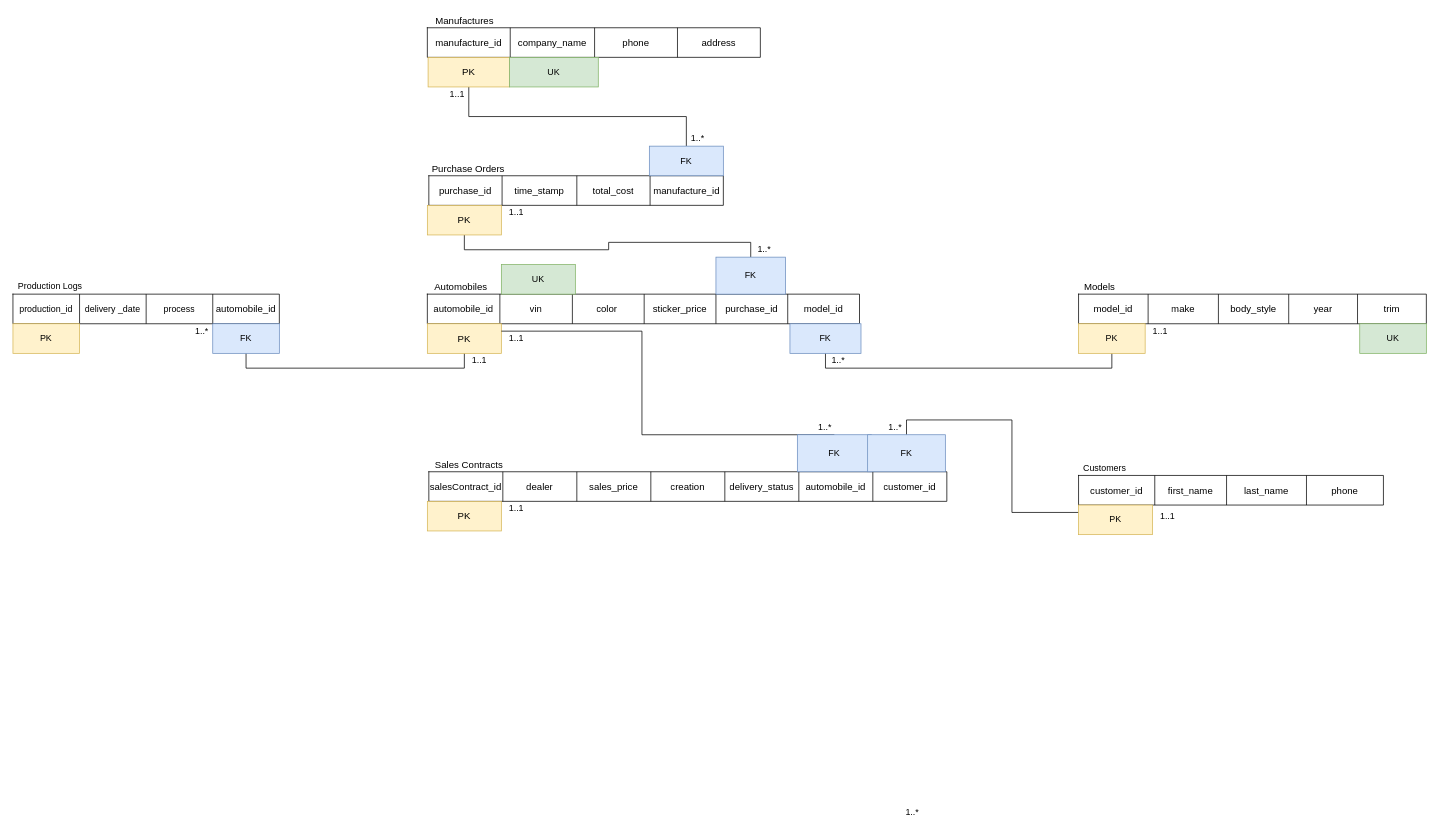
Above: Untitled Diagram.drawio in AnthraciteData/CECS-323- (draw.io), before the change. Source tidied: cells renumbered, new cells numbered last; positions are measured from the earlier drawing's top-left corner, leaving out a move shared by most shapes. Both pictures are drawn from the tidied source at 74%, with x=0, y=0 at pixel (13, 13).
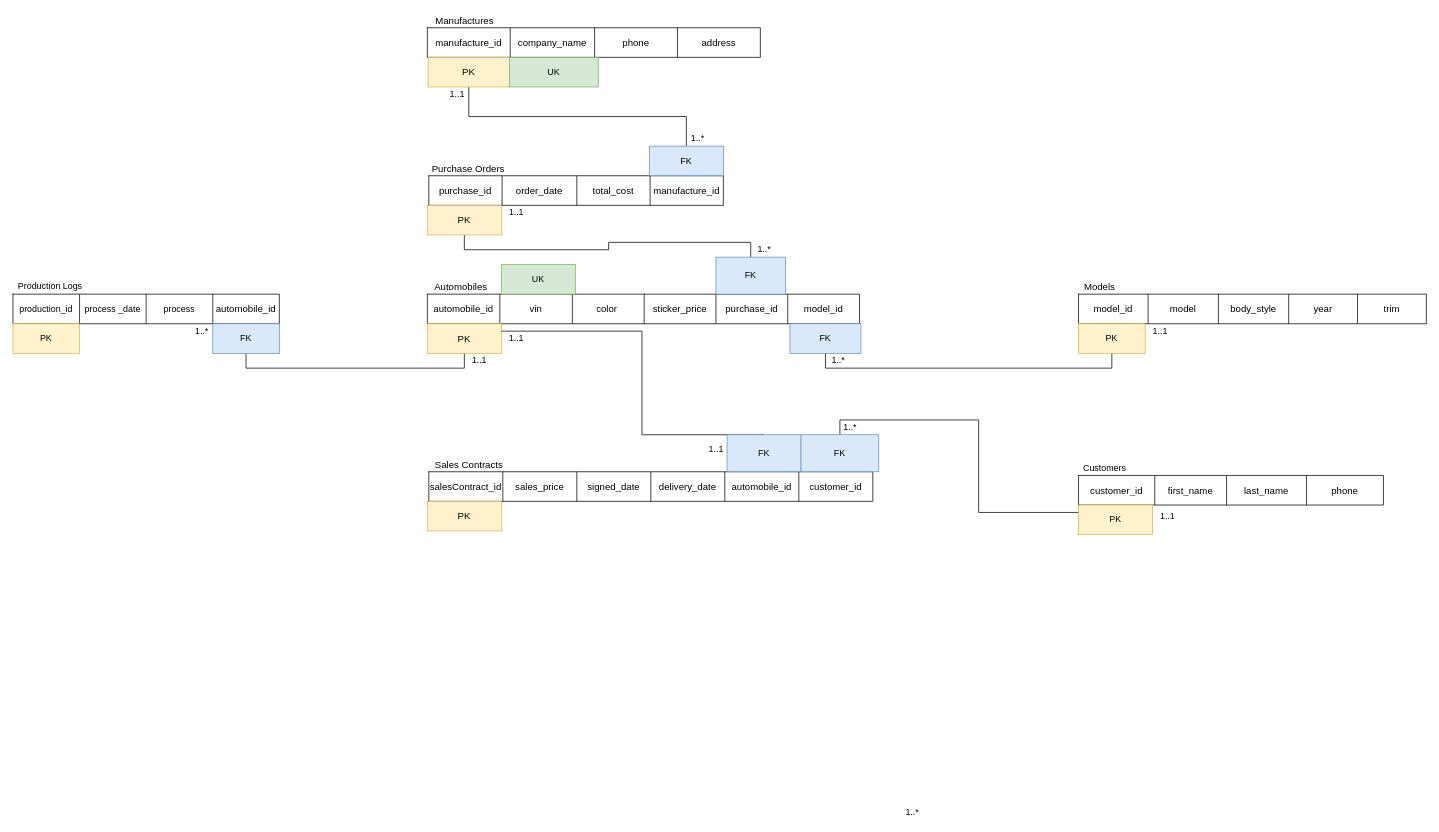
Above is the later version.

The change refers to these unchanged cells:
```xml
<mxCell id="3" style="shape=tableRow;horizontal=0;startSize=0;swimlaneHead=0;swimlaneBody=0;top=0;left=0;bottom=0;right=0;fillColor=none;fontSize=13;" parent="2" vertex="1">
  <mxGeometry width="470" height="40" as="geometry" />
</mxCell>
<mxCell id="22" style="shape=tableRow;horizontal=0;startSize=0;swimlaneHead=0;swimlaneBody=0;top=0;left=0;bottom=0;right=0;fillColor=none;fontSize=13;" parent="21" vertex="1">
  <mxGeometry width="398" height="40" as="geometry" />
</mxCell>
<mxCell id="68" style="shape=tableRow;horizontal=0;startSize=0;swimlaneHead=0;swimlaneBody=0;top=0;left=0;bottom=0;right=0;fillColor=none;" parent="67" vertex="1">
  <mxGeometry width="360" height="40" as="geometry" />
</mxCell>
```

Diff of the diagram source:
```diff
@@
-    <mxCell id="5" value="make" style="shape=partialRectangle;html=1;whiteSpace=wrap;fillColor=none;top=0;left=0;bottom=0;right=0;overflow=hidden;fontSize=13;" parent="3" vertex="1">
+    <mxCell id="5" value="model" style="shape=partialRectangle;html=1;whiteSpace=wrap;fillColor=none;top=0;left=0;bottom=0;right=0;overflow=hidden;fontSize=13;" parent="3" vertex="1">
       <mxGeometry x="94" width="95" height="40" as="geometry" />
     </mxCell>
@@
-    <mxCell id="24" value="time_stamp" style="shape=partialRectangle;html=1;whiteSpace=wrap;fillColor=none;top=0;left=0;bottom=0;right=0;overflow=hidden;fontSize=13;" parent="22" vertex="1">
+    <mxCell id="24" value="order_date" style="shape=partialRectangle;html=1;whiteSpace=wrap;fillColor=none;top=0;left=0;bottom=0;right=0;overflow=hidden;fontSize=13;" parent="22" vertex="1">
       <mxGeometry x="99" width="101" height="40" as="geometry" />
     </mxCell>
@@
     <mxCell id="39" style="shape=table;html=1;whiteSpace=wrap;startSize=0;childLayout=tableLayout;fontSize=13;" parent="1" vertex="1">
-      <mxGeometry x="562" y="620" width="700" height="40" as="geometry" />
+      <mxGeometry x="562" y="620" width="600" height="40" as="geometry" />
     </mxCell>
     <mxCell id="40" style="shape=tableRow;horizontal=0;startSize=0;swimlaneHead=0;swimlaneBody=0;top=0;left=0;bottom=0;right=0;fillColor=none;fontSize=13;" parent="39" vertex="1">
-      <mxGeometry width="700" height="40" as="geometry" />
+      <mxGeometry width="600" height="40" as="geometry" />
     </mxCell>
@@
-    <mxCell id="42" value="dealer" style="shape=partialRectangle;html=1;whiteSpace=wrap;fillColor=none;top=0;left=0;bottom=0;right=0;overflow=hidden;fontSize=13;" parent="40" vertex="1">
-      <mxGeometry x="100" width="100" height="40" as="geometry" />
-    </mxCell>
     <mxCell id="43" value="sales_price" style="shape=partialRectangle;html=1;whiteSpace=wrap;fillColor=none;top=0;left=0;bottom=0;right=0;overflow=hidden;fontSize=13;" parent="40" vertex="1">
-      <mxGeometry x="200" width="100" height="40" as="geometry" />
+      <mxGeometry x="100" width="100" height="40" as="geometry" />
     </mxCell>
-    <mxCell id="44" value="creation" style="shape=partialRectangle;html=1;whiteSpace=wrap;fillColor=none;top=0;left=0;bottom=0;right=0;overflow=hidden;fontSize=13;" parent="40" vertex="1">
-      <mxGeometry x="300" width="100" height="40" as="geometry" />
+    <mxCell id="44" value="signed_date" style="shape=partialRectangle;html=1;whiteSpace=wrap;fillColor=none;top=0;left=0;bottom=0;right=0;overflow=hidden;fontSize=13;" parent="40" vertex="1">
+      <mxGeometry x="200" width="100" height="40" as="geometry" />
     </mxCell>
-    <mxCell id="45" value="delivery_status" style="shape=partialRectangle;html=1;whiteSpace=wrap;fillColor=none;top=0;left=0;bottom=0;right=0;overflow=hidden;fontSize=13;" parent="40" vertex="1">
-      <mxGeometry x="400" width="100" height="40" as="geometry" />
+    <mxCell id="45" value="delivery_date" style="shape=partialRectangle;html=1;whiteSpace=wrap;fillColor=none;top=0;left=0;bottom=0;right=0;overflow=hidden;fontSize=13;" parent="40" vertex="1">
+      <mxGeometry x="300" width="100" height="40" as="geometry" />
     </mxCell>
     <mxCell id="46" value="&lt;span&gt;automobile_id&lt;/span&gt;" style="shape=partialRectangle;html=1;whiteSpace=wrap;fillColor=none;top=0;left=0;bottom=0;right=0;overflow=hidden;fontSize=13;" parent="40" vertex="1">
-      <mxGeometry x="500" width="100" height="40" as="geometry" />
+      <mxGeometry x="400" width="100" height="40" as="geometry" />
     </mxCell>
     <mxCell id="47" value="&lt;span&gt;customer_id&lt;/span&gt;" style="shape=partialRectangle;html=1;whiteSpace=wrap;fillColor=none;top=0;left=0;bottom=0;right=0;overflow=hidden;fontSize=13;" parent="40" vertex="1">
-      <mxGeometry x="600" width="100" height="40" as="geometry" />
+      <mxGeometry x="500" width="100" height="40" as="geometry" />
     </mxCell>
@@
-    <mxCell id="70" value="delivery _date" style="shape=partialRectangle;html=1;whiteSpace=wrap;fillColor=none;top=0;left=0;bottom=0;right=0;overflow=hidden;" parent="68" vertex="1">
+    <mxCell id="70" value="process _date" style="shape=partialRectangle;html=1;whiteSpace=wrap;fillColor=none;top=0;left=0;bottom=0;right=0;overflow=hidden;" parent="68" vertex="1">
       <mxGeometry x="90" width="90" height="40" as="geometry" />
     </mxCell>
@@
     <mxCell id="77" value="FK" style="whiteSpace=wrap;html=1;fillColor=#dae8fc;strokeColor=#6c8ebf;" parent="1" vertex="1">
-      <mxGeometry x="1060" y="570" width="100" height="50" as="geometry" />
+      <mxGeometry x="965" y="570" width="100" height="50" as="geometry" />
     </mxCell>
     <mxCell id="78" value="FK" style="whiteSpace=wrap;html=1;fillColor=#dae8fc;strokeColor=#6c8ebf;" parent="1" vertex="1">
-      <mxGeometry x="1155" y="570" width="105" height="50" as="geometry" />
+      <mxGeometry x="1065" y="570" width="105" height="50" as="geometry" />
     </mxCell>
@@
-    <mxCell id="89" value="1..*" style="text;html=1;align=center;verticalAlign=middle;strokeColor=none;fillColor=none;" parent="1" vertex="1">
-      <mxGeometry x="1082" y="550" width="30" height="20" as="geometry" />
+    <mxCell id="89" value="1..1" style="text;html=1;align=center;verticalAlign=middle;strokeColor=none;fillColor=none;" parent="1" vertex="1">
+      <mxGeometry x="930" y="580" width="40" height="20" as="geometry" />
     </mxCell>
     <mxCell id="90" value="1..*" style="text;html=1;align=center;verticalAlign=middle;strokeColor=none;fillColor=none;" parent="1" vertex="1">
-      <mxGeometry x="1177" y="550" width="30" height="20" as="geometry" />
+      <mxGeometry x="1116" y="550" width="30" height="20" as="geometry" />
     </mxCell>
-    <mxCell id="91" value="1..1" style="text;html=1;align=center;verticalAlign=middle;strokeColor=none;fillColor=none;" parent="1" vertex="1">
-      <mxGeometry x="660" y="660" width="40" height="20" as="geometry" />
-    </mxCell>
-    <mxCell id="92" value="UK" style="whiteSpace=wrap;html=1;fillColor=#d5e8d4;strokeColor=#82b366;" parent="1" vertex="1">
-      <mxGeometry x="1820" y="420" width="90" height="40" as="geometry" />
-    </mxCell>
```
